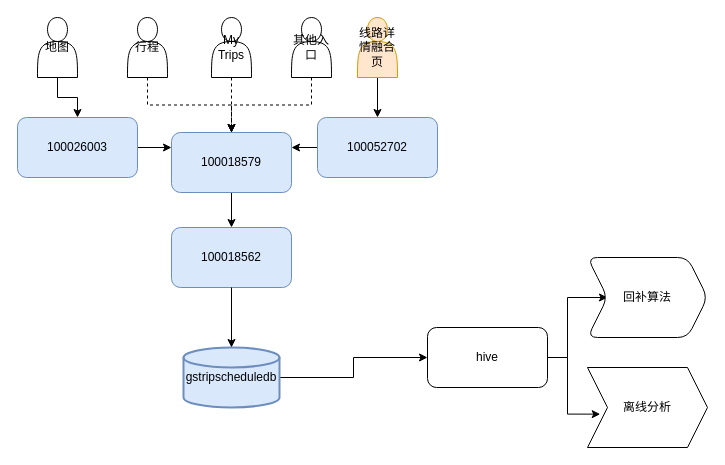
This is page "ugc架构体系图" (2 of 2) of 线路数据流.drawio from tsafo/demo, a draw.io file, before an edit. Source tidied: cells renumbered, new cells numbered last; positions are measured from the earlier drawing's top-left corner, leaving out a move shared by most shapes. Both pictures are drawn from the tidied source at 100%, with x=0, y=0 at pixel (17, 17).
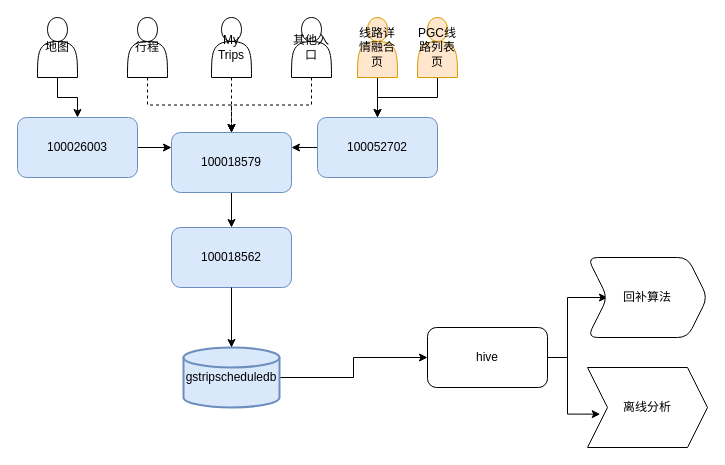
After the change.

The change refers to these unchanged cells:
```xml
<mxCell id="13" value="100052702" style="rounded=1;whiteSpace=wrap;html=1;fillColor=#dae8fc;strokeColor=#6c8ebf;" parent="1" vertex="1">
  <mxGeometry x="300" y="100" width="120" height="60" as="geometry" />
</mxCell>
```

Diff of the diagram source:
```diff
@@
+    <mxCell id="27" style="edgeStyle=orthogonalEdgeStyle;rounded=0;jettySize=auto;html=1;exitX=0.5;exitY=1;exitDx=0;exitDy=0;entryX=0.5;entryY=0;entryDx=0;entryDy=0;" parent="1" edge="1" source="28" target="13">
+      <mxGeometry relative="1" as="geometry" />
+    </mxCell>
+    <mxCell id="28" value="PGC线路列表页" style="shape=actor;whiteSpace=wrap;html=1;fillColor=#ffe6cc;strokeColor=#d79b00;" parent="1" vertex="1">
+      <mxGeometry x="400" width="40" height="60" as="geometry" />
+    </mxCell>
```
